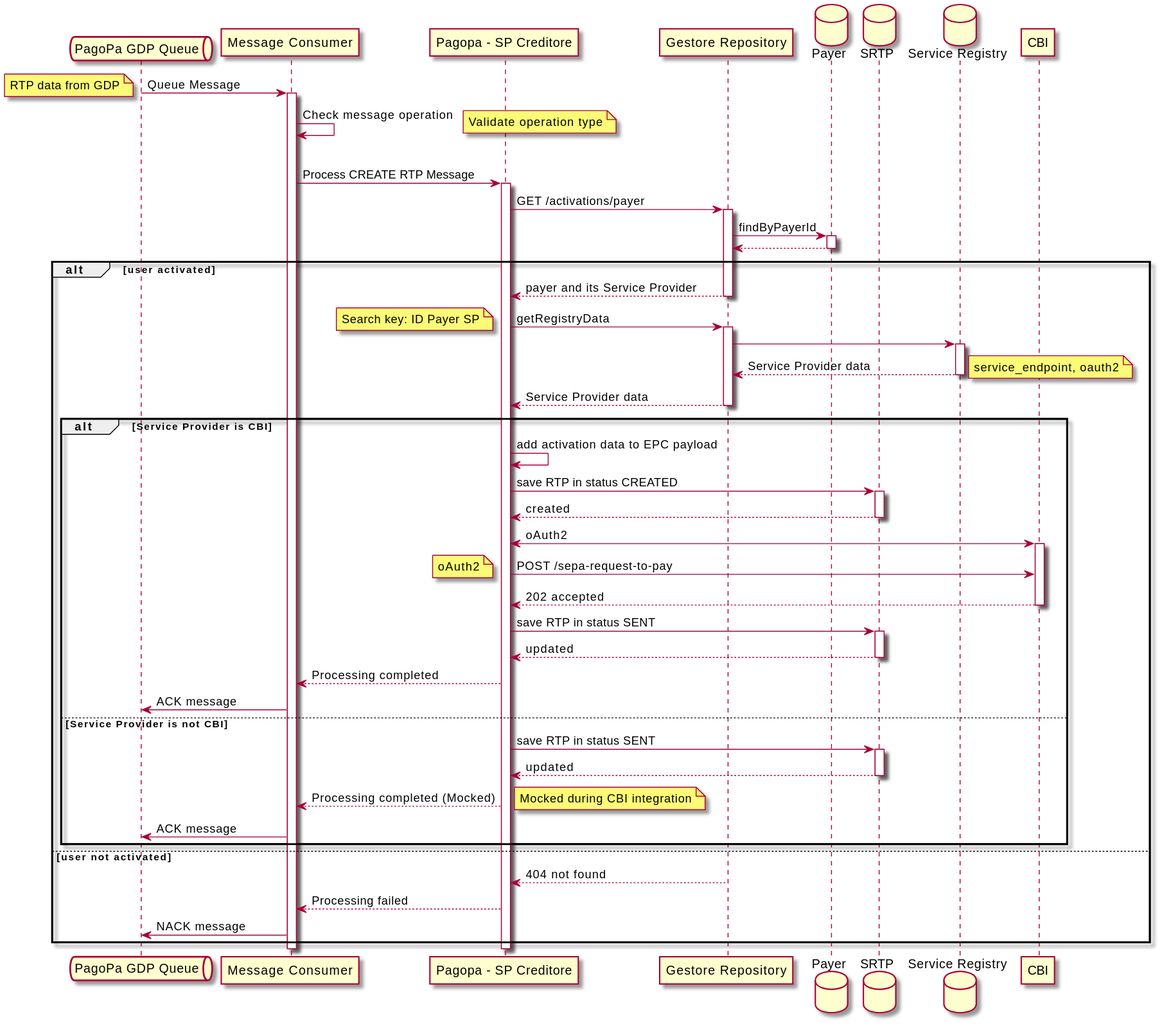
The PlantUML diagram diagrams/create-queue-schema.svg in pagopa/rtp-docs, before a commit. Its diagram source:
```plantuml
@startuml
skin rose
queue "PagoPa GDP Queue" as Queue
participant "Message Consumer" as Consumer
participant "Pagopa - SP Creditore" as SPC
participant "Gestore Repository" as GR
database "Payer" as Payer
database "SRTP" as SRTP
database "Service Registry" as SR
participant "CBI" as SPD

Queue -> Consumer: Queue Message
note left: RTP data from GDP
activate Consumer
Consumer -> Consumer: Check message operation
note right: Validate operation type
alt message is CREATE operation
Consumer -> SPC: Process CREATE RTP Message
activate SPC
SPC -> GR: GET /activations/payer
activate GR
GR -> Payer: findByPayerId
activate Payer
Payer --> GR
deactivate Payer
alt user activated
GR --> SPC: payer and its Service Provider
deactivate GR
SPC -> GR: getRegistryData
note left: Search key: ID Payer SP
activate GR
GR -> SR
activate SR
SR --> GR: Service Provider data
note right: service_endpoint, oauth2
deactivate SR
GR --> SPC: Service Provider data
deactivate GR
alt Service Provider is CBI
SPC -> SPC: add activation data to EPC payload
SPC -> SRTP: save RTP in status CREATED
activate SRTP
SRTP --> SPC: created
deactivate SRTP
SPC <-> SPD: oAuth2
activate SPD
SPC -> SPD: POST /sepa-request-to-pay
note left: oAuth2
SPD --> SPC: 202 accepted
deactivate SPD
SPC -> SRTP: save RTP in status SENT
activate SRTP
SRTP --> SPC: updated
deactivate SRTP
SPC --> Consumer: Processing completed
Consumer -> Queue: ACK message
else Service Provider is not CBI
SPC -> SRTP: save RTP in status SENT
activate SRTP
SRTP --> SPC: updated
deactivate SRTP
SPC --> Consumer: Processing completed (Mocked)
note right: Mocked during CBI integration
Consumer -> Queue: ACK message
end
else user not activated
activate GR
GR --> SPC: 404 not found
deactivate GR
SPC --> Consumer: Processing failed
Consumer -> Queue: NACK message
end
deactivate SPC
deactivate Consumer
@enduml
```
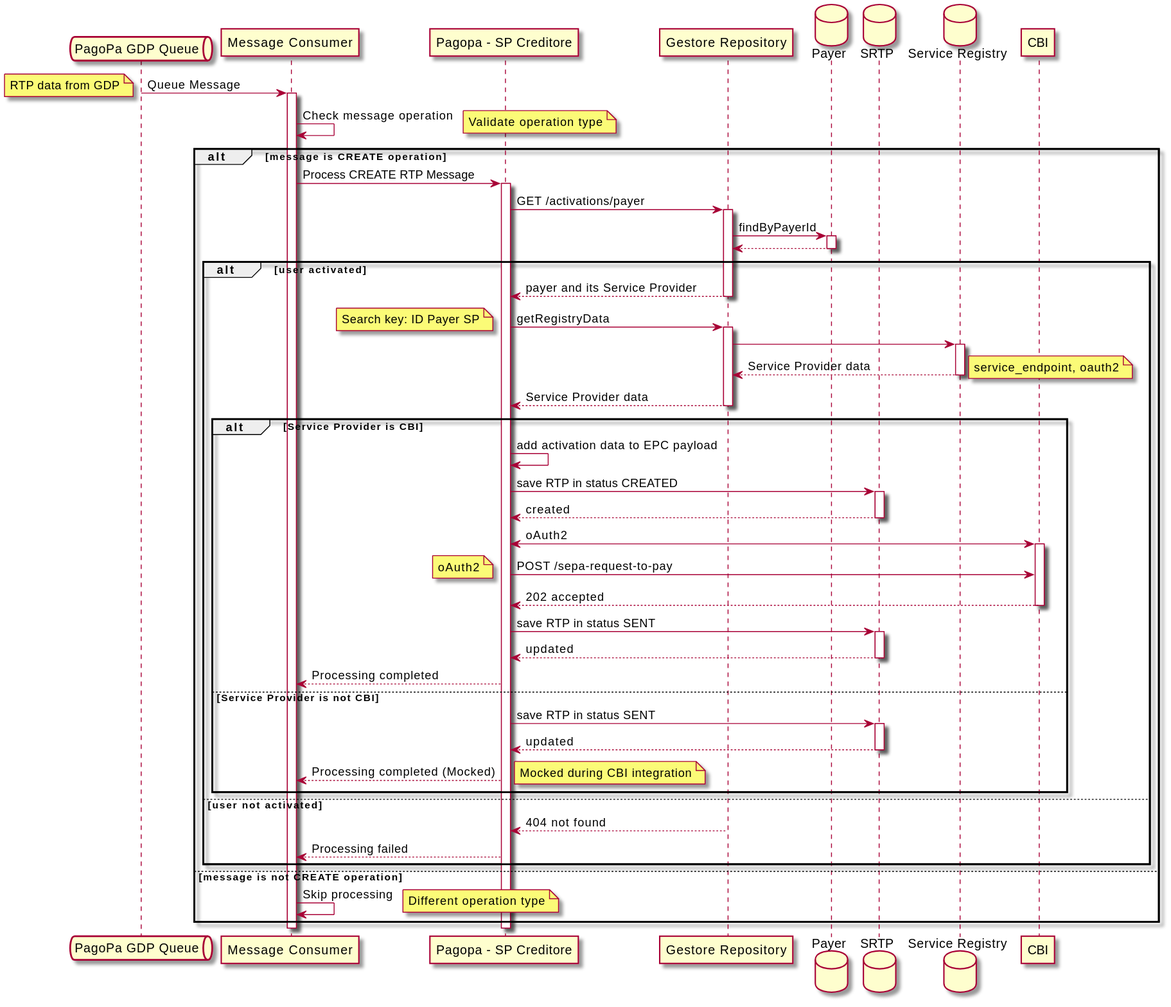
The same diagram one commit later.

What changed in the source:
```diff
@@ -53,7 +53,6 @@
 SRTP --> SPC: updated
 deactivate SRTP
 SPC --> Consumer: Processing completed
-Consumer -> Queue: ACK message
 else Service Provider is not CBI
 SPC -> SRTP: save RTP in status SENT
 activate SRTP
@@ -61,14 +60,16 @@
 deactivate SRTP
 SPC --> Consumer: Processing completed (Mocked)
 note right: Mocked during CBI integration
-Consumer -> Queue: ACK message
 end
 else user not activated
 activate GR
 GR --> SPC: 404 not found
 deactivate GR
 SPC --> Consumer: Processing failed
-Consumer -> Queue: NACK message
+end
+else message is not CREATE operation
+Consumer -> Consumer: Skip processing
+note right: Different operation type
 end
 deactivate SPC
 deactivate Consumer
```
